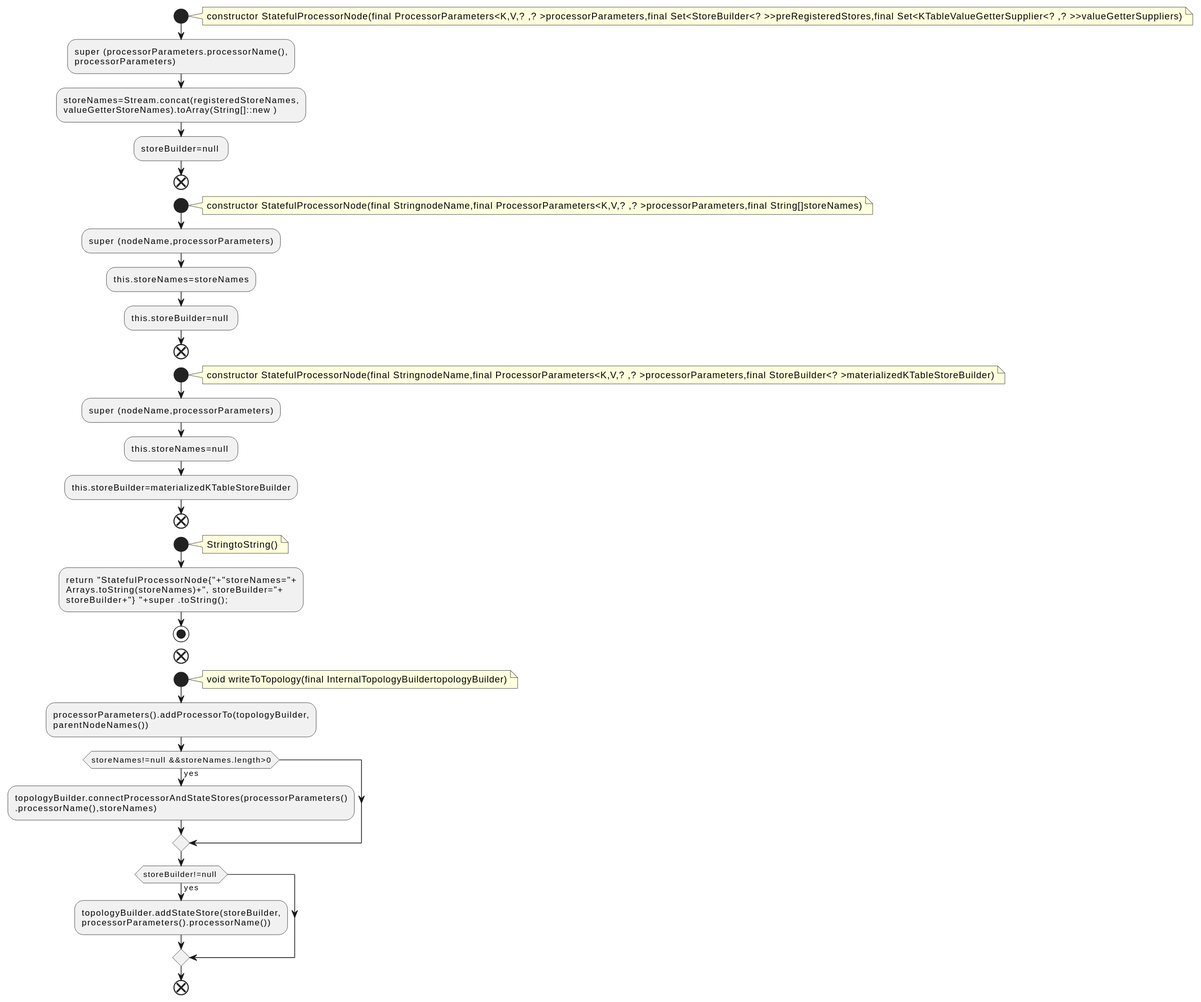
qualitesys/kafka keeps this PlantUML diagram as docs/qc/streams/src/main/java/org/apache/kafka/streams/kstream/internals/graph/StatefulProcessorNode.java.fct.svg. Above is the earlier version.
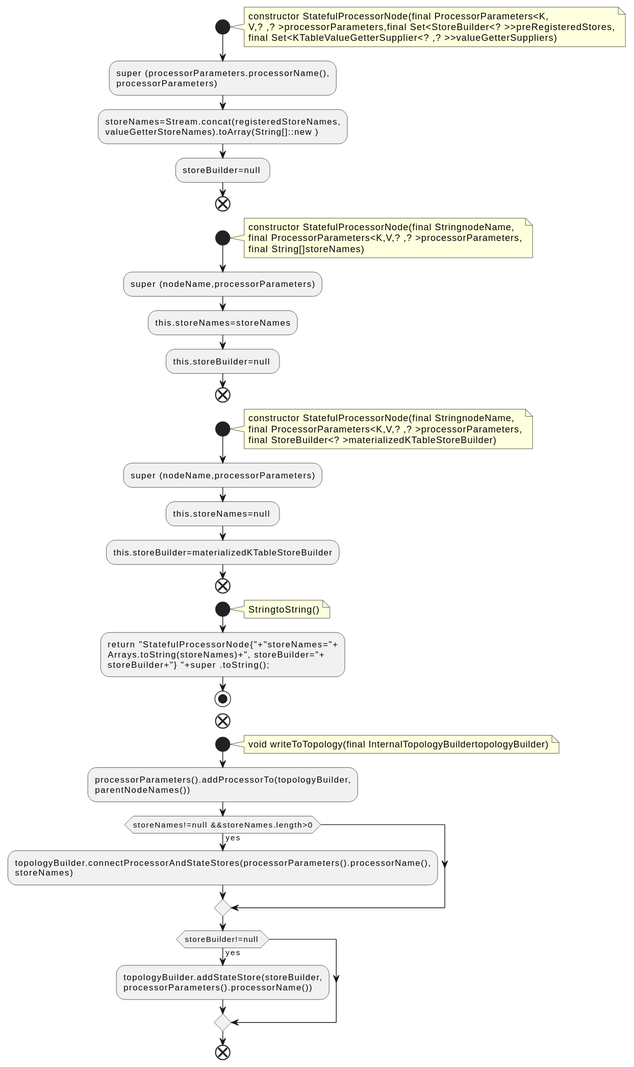
After the commit.

Diff of the diagram source:
```diff
@@ -2,7 +2,9 @@
 !pragma layout smetana
 start
 note right
-constructor StatefulProcessorNode(final ProcessorParameters<K,V,? ,? >processorParameters,final Set<StoreBuilder<? >>preRegisteredStores,final Set<KTableValueGetterSupplier<? ,? >>valueGetterSuppliers)
+constructor StatefulProcessorNode(final ProcessorParameters<K,
+V,? ,? >processorParameters,final Set<StoreBuilder<? >>preRegisteredStores,
+final Set<KTableValueGetterSupplier<? ,? >>valueGetterSuppliers)
 end note
 :super (processorParameters.processorName(),
 processorParameters);
@@ -12,7 +14,9 @@
 end
 start
 note right
-constructor StatefulProcessorNode(final StringnodeName,final ProcessorParameters<K,V,? ,? >processorParameters,final String[]storeNames)
+constructor StatefulProcessorNode(final StringnodeName,
+final ProcessorParameters<K,V,? ,? >processorParameters,
+final String[]storeNames)
 end note
 :super (nodeName,processorParameters);
 :this.storeNames=storeNames;
@@ -20,7 +24,9 @@
 end
 start
 note right
-constructor StatefulProcessorNode(final StringnodeName,final ProcessorParameters<K,V,? ,? >processorParameters,final StoreBuilder<? >materializedKTableStoreBuilder)
+constructor StatefulProcessorNode(final StringnodeName,
+final ProcessorParameters<K,V,? ,? >processorParameters,
+final StoreBuilder<? >materializedKTableStoreBuilder)
 end note
 :super (nodeName,processorParameters);
 :this.storeNames=null ;
@@ -42,8 +48,8 @@
 :processorParameters().addProcessorTo(topologyBuilder,
 parentNodeNames());
 if (storeNames!=null &&storeNames.length>0) then (yes)
-:topologyBuilder.connectProcessorAndStateStores(processorParameters()
-.processorName(),storeNames);
+:topologyBuilder.connectProcessorAndStateStores(processorParameters().processorName(),
+storeNames);
 endif
 if (storeBuilder!=null ) then (yes)
 :topologyBuilder.addStateStore(storeBuilder,
```
